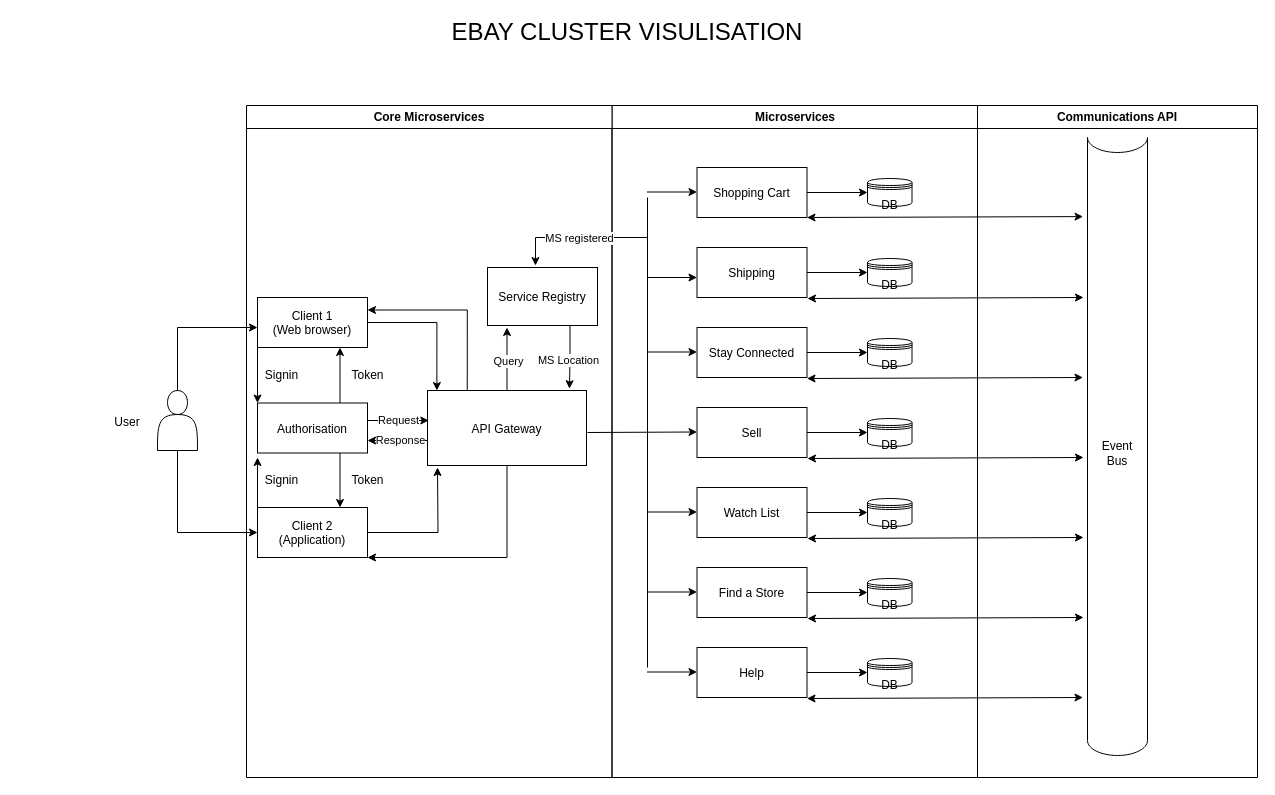
Before: ClusterVisulisation.drawio in nicholas-carnie/Nicks-files, a draw.io diagram. Source tidied: cells renumbered, new cells numbered last; positions are measured from the earlier drawing's top-left corner, leaving out a move shared by most shapes. Both pictures are drawn from the tidied source at 100%, with x=0, y=0 at pixel (97, 17).
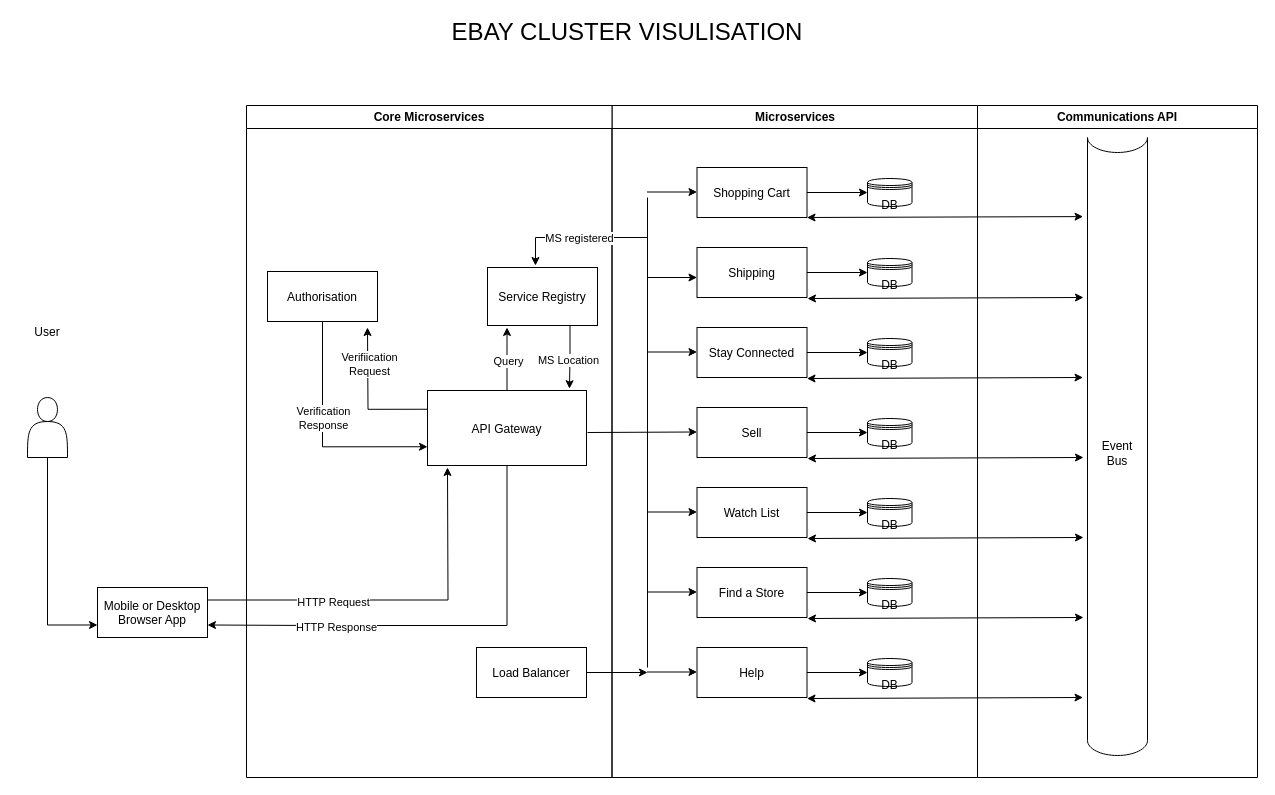
Above is the later version.

Unchanged cells that the change refers to:
```xml
<mxCell id="45" value="Core Microservices" style="swimlane;whiteSpace=wrap;" parent="1" vertex="1">
  <mxGeometry x="149" y="88" width="365.5" height="672" as="geometry" />
</mxCell>
<mxCell id="54" value="API Gateway" parent="45" vertex="1">
  <mxGeometry x="181" y="285" width="159" height="75" as="geometry" />
</mxCell>
```

Change to the diagram source:
```diff
@@
-    <mxCell id="40" style="edgeStyle=orthogonalEdgeStyle;rounded=0;jettySize=auto;html=1;" parent="1" edge="1" source="42" target="57">
-      <mxGeometry relative="1" as="geometry">
-        <Array as="points">
-          <mxPoint x="80" y="310" />
-        </Array>
-      </mxGeometry>
-    </mxCell>
-    <mxCell id="41" style="edgeStyle=orthogonalEdgeStyle;rounded=0;jettySize=auto;html=1;entryX=0;entryY=0.5;entryDx=0;entryDy=0;" parent="1" edge="1" source="42" target="60">
+    <mxCell id="41" style="edgeStyle=orthogonalEdgeStyle;rounded=0;jettySize=auto;html=1;entryX=0;entryY=0.75;entryDx=0;entryDy=0;" parent="1" edge="1" source="42" target="60">
       <mxGeometry relative="1" as="geometry">
         <Array as="points">
-          <mxPoint x="80" y="515" />
+          <mxPoint x="-50" y="608" />
         </Array>
       </mxGeometry>
     </mxCell>
     <mxCell id="42" style="shape=actor;whiteSpace=wrap;html=1;" parent="1" vertex="1">
-      <mxGeometry x="60" y="373" width="40" height="60" as="geometry" />
+      <mxGeometry x="-70" y="380" width="40" height="60" as="geometry" />
     </mxCell>
     <mxCell id="43" value="User" style="text;html=1;strokeColor=none;fillColor=none;align=center;verticalAlign=middle;whiteSpace=wrap;rounded=0;" parent="1" vertex="1">
-      <mxGeometry y="390" width="60" height="30" as="geometry" />
+      <mxGeometry x="-80" y="300" width="60" height="30" as="geometry" />
     </mxCell>
@@
-    <mxCell id="46" style="edgeStyle=orthogonalEdgeStyle;rounded=0;jettySize=auto;html=1;exitX=0.75;exitY=0;exitDx=0;exitDy=0;entryX=0.75;entryY=1;entryDx=0;entryDy=0;" parent="45" edge="1" source="48" target="57">
-      <mxGeometry relative="1" as="geometry" />
-    </mxCell>
-    <mxCell id="47" style="edgeStyle=orthogonalEdgeStyle;rounded=0;jettySize=auto;html=1;exitX=0.75;exitY=1;exitDx=0;exitDy=0;entryX=0.75;entryY=0;entryDx=0;entryDy=0;" parent="45" edge="1" source="48" target="60">
-      <mxGeometry relative="1" as="geometry" />
-    </mxCell>
+    <mxCell id="62" style="edgeStyle=orthogonalEdgeStyle;rounded=0;jettySize=auto;html=1;entryX=0;entryY=0.75;entryDx=0;entryDy=0;" parent="45" edge="1" source="48" target="54">
+      <mxGeometry relative="1" as="geometry">
+        <Array as="points">
+          <mxPoint x="76" y="341" />
+        </Array>
+      </mxGeometry>
+    </mxCell>
+    <mxCell id="72" value="Verification&lt;br&gt;Response" style="edgeLabel;html=1;align=center;verticalAlign=middle;" parent="62" vertex="1">
+      <mxGeometry x="-0.17" relative="1" as="geometry" />
+    </mxCell>
     <mxCell id="48" value="Authorisation" parent="45" vertex="1">
-      <mxGeometry x="11" y="297.5" width="110" height="50" as="geometry" />
+      <mxGeometry x="21" y="166" width="110" height="50" as="geometry" />
     </mxCell>
-    <mxCell id="49" value="Response" style="edgeStyle=orthogonalEdgeStyle;rounded=0;jettySize=auto;html=1;exitX=0;exitY=0.75;exitDx=0;exitDy=0;entryX=1;entryY=0.75;entryDx=0;entryDy=0;" parent="45" edge="1" source="54" target="48">
-      <mxGeometry relative="1" as="geometry">
-        <Array as="points">
-          <mxPoint x="181" y="335" />
-        </Array>
-      </mxGeometry>
-    </mxCell>
@@
-    <mxCell id="52" style="edgeStyle=orthogonalEdgeStyle;rounded=0;jettySize=auto;html=1;exitX=0.25;exitY=0;exitDx=0;exitDy=0;entryX=1;entryY=0.25;entryDx=0;entryDy=0;" parent="45" edge="1" source="54" target="57">
-      <mxGeometry relative="1" as="geometry" />
-    </mxCell>
-    <mxCell id="53" style="edgeStyle=orthogonalEdgeStyle;rounded=0;jettySize=auto;html=1;entryX=1;entryY=1;entryDx=0;entryDy=0;" parent="45" edge="1" source="54" target="60">
-      <mxGeometry relative="1" as="geometry">
-        <Array as="points">
-          <mxPoint x="261" y="452" />
-        </Array>
-      </mxGeometry>
-    </mxCell>
+    <mxCell id="73" style="edgeStyle=orthogonalEdgeStyle;rounded=0;jettySize=auto;html=1;exitX=0;exitY=0.25;exitDx=0;exitDy=0;" parent="45" edge="1" source="54">
+      <mxGeometry relative="1" as="geometry">
+        <mxPoint x="121" y="222" as="targetPoint" />
+      </mxGeometry>
+    </mxCell>
+    <mxCell id="74" value="Verifiication&lt;br&gt;Request" style="edgeLabel;html=1;align=center;verticalAlign=middle;" parent="73" vertex="1">
+      <mxGeometry x="0.49" y="-1" relative="1" as="geometry" />
+    </mxCell>
@@
-    <mxCell id="56" style="edgeStyle=orthogonalEdgeStyle;rounded=0;jettySize=auto;html=1;exitX=0;exitY=1;exitDx=0;exitDy=0;entryX=0;entryY=0;entryDx=0;entryDy=0;" parent="45" edge="1" source="57" target="48">
-      <mxGeometry relative="1" as="geometry" />
-    </mxCell>
-    <mxCell id="57" value="Client 1 &#10;(Web browser)" parent="45" vertex="1">
-      <mxGeometry x="11" y="192" width="110" height="50" as="geometry" />
-    </mxCell>
-    <mxCell id="58" style="edgeStyle=orthogonalEdgeStyle;rounded=0;jettySize=auto;html=1;" parent="45" edge="1" source="60">
-      <mxGeometry relative="1" as="geometry">
-        <mxPoint x="191" y="362" as="targetPoint" />
-      </mxGeometry>
-    </mxCell>
-    <mxCell id="59" style="edgeStyle=orthogonalEdgeStyle;rounded=0;jettySize=auto;html=1;exitX=0;exitY=0;exitDx=0;exitDy=0;" parent="45" edge="1" source="60">
-      <mxGeometry relative="1" as="geometry">
-        <mxPoint x="11" y="352" as="targetPoint" />
-      </mxGeometry>
-    </mxCell>
-    <mxCell id="60" value="Client 2 &#10;(Application)" parent="45" vertex="1">
-      <mxGeometry x="11" y="402" width="110" height="50" as="geometry" />
-    </mxCell>
-    <mxCell id="61" style="edgeStyle=orthogonalEdgeStyle;rounded=0;jettySize=auto;html=1;entryX=0.059;entryY=0;entryDx=0;entryDy=0;entryPerimeter=0;" parent="45" edge="1" source="57" target="54">
-      <mxGeometry relative="1" as="geometry" />
-    </mxCell>
-    <mxCell id="62" value="Request" style="edgeStyle=orthogonalEdgeStyle;rounded=0;jettySize=auto;html=1;entryX=0.008;entryY=0.4;entryDx=0;entryDy=0;entryPerimeter=0;" parent="45" edge="1" source="48" target="54">
-      <mxGeometry relative="1" as="geometry">
-        <Array as="points">
-          <mxPoint x="141" y="315" />
-          <mxPoint x="141" y="315" />
-        </Array>
-      </mxGeometry>
-    </mxCell>
@@
-    <mxCell id="66" value="Token" style="text;html=1;align=center;verticalAlign=middle;strokeColor=none;fillColor=none;" parent="45" vertex="1">
-      <mxGeometry x="91" y="255" width="60" height="30" as="geometry" />
-    </mxCell>
-    <mxCell id="67" value="Token" style="text;html=1;align=center;verticalAlign=middle;strokeColor=none;fillColor=none;" parent="45" vertex="1">
-      <mxGeometry x="91" y="360" width="60" height="30" as="geometry" />
-    </mxCell>
@@
-    <mxCell id="70" value="Signin" style="text;html=1;align=center;verticalAlign=middle;strokeColor=none;fillColor=none;" parent="45" vertex="1">
-      <mxGeometry x="5" y="255" width="60" height="30" as="geometry" />
-    </mxCell>
-    <mxCell id="71" value="Signin" style="text;html=1;align=center;verticalAlign=middle;strokeColor=none;fillColor=none;" parent="45" vertex="1">
-      <mxGeometry x="5" y="360" width="60" height="30" as="geometry" />
-    </mxCell>
+    <mxCell id="75" style="edgeStyle=orthogonalEdgeStyle;rounded=0;jettySize=auto;html=1;" parent="45" edge="1" source="76">
+      <mxGeometry relative="1" as="geometry">
+        <mxPoint x="401" y="567" as="targetPoint" />
+      </mxGeometry>
+    </mxCell>
+    <mxCell id="76" value="Load Balancer" parent="45" vertex="1">
+      <mxGeometry x="230" y="542" width="110" height="50" as="geometry" />
+    </mxCell>
+    <mxCell id="77" style="edgeStyle=orthogonalEdgeStyle;rounded=0;jettySize=auto;html=1;exitX=1;exitY=0.25;exitDx=0;exitDy=0;" parent="1" edge="1" source="60">
+      <mxGeometry relative="1" as="geometry">
+        <mxPoint x="350" y="450" as="targetPoint" />
+      </mxGeometry>
+    </mxCell>
+    <mxCell id="78" value="HTTP Request" style="edgeLabel;html=1;align=center;verticalAlign=middle;" parent="77" vertex="1">
+      <mxGeometry x="-0.33" y="-2" relative="1" as="geometry" />
+    </mxCell>
+    <mxCell id="60" value="Mobile or Desktop&#10;Browser App" parent="1" vertex="1">
+      <mxGeometry y="570" width="110" height="50" as="geometry" />
+    </mxCell>
+    <mxCell id="53" style="edgeStyle=orthogonalEdgeStyle;rounded=0;jettySize=auto;html=1;entryX=1;entryY=0.75;entryDx=0;entryDy=0;" parent="1" edge="1" source="54" target="60">
+      <mxGeometry relative="1" as="geometry">
+        <Array as="points">
+          <mxPoint x="410" y="608" />
+          <mxPoint x="220" y="608" />
+        </Array>
+      </mxGeometry>
+    </mxCell>
+    <mxCell id="79" value="HTTP Response" style="edgeLabel;html=1;align=center;verticalAlign=middle;" parent="53" vertex="1">
+      <mxGeometry x="0.44" y="1" relative="1" as="geometry" />
+    </mxCell>
```
